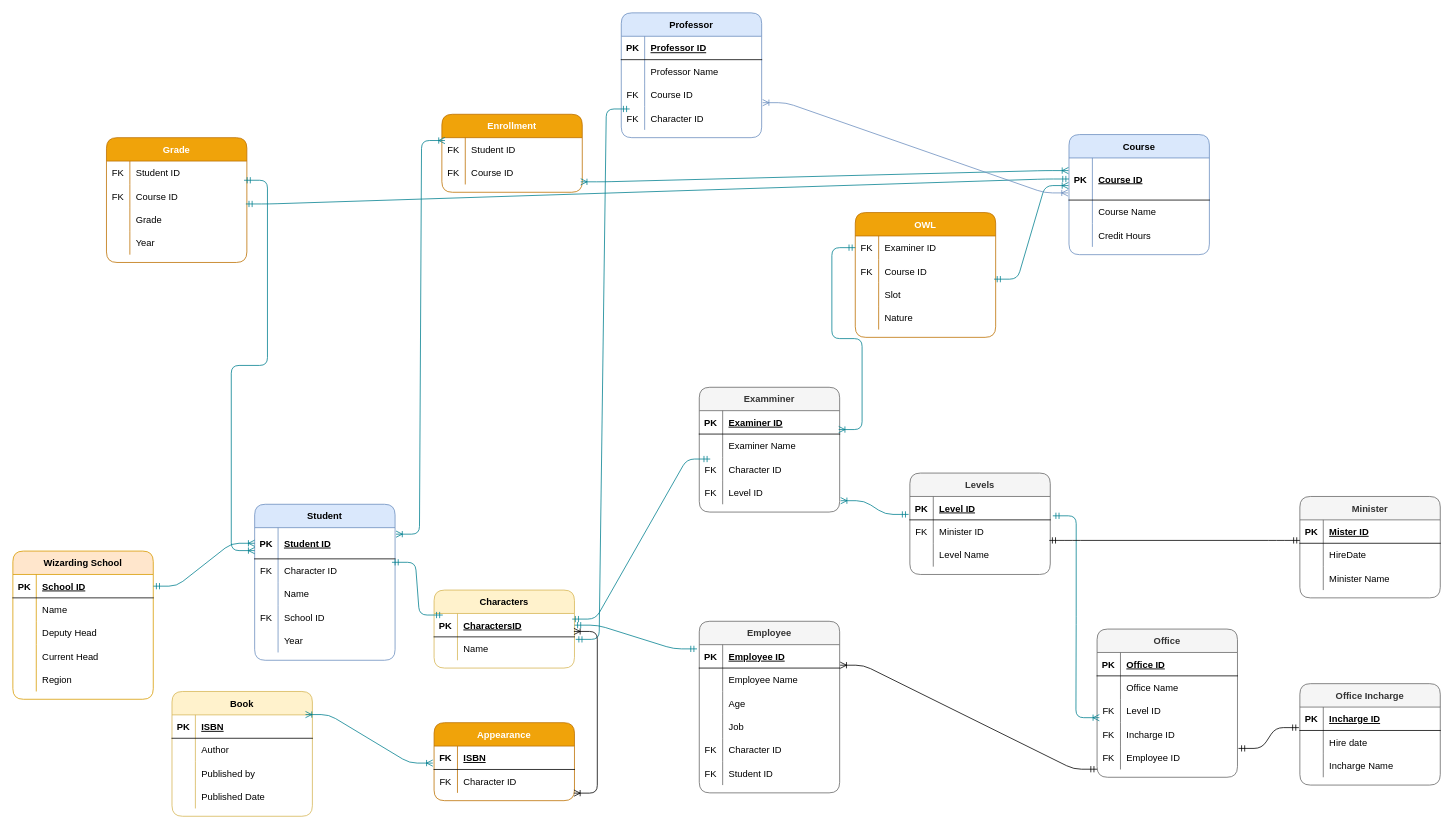
Above: LabExam-ERD.drawio in mans00rahmed/Introduction-To-Databse-Lab (draw.io), before the change. Source tidied: cells renumbered, new cells numbered last; positions are measured from the earlier drawing's top-left corner, leaving out a move shared by most shapes. Both pictures are drawn from the tidied source at 78%, with x=0, y=0 at pixel (12, 12).
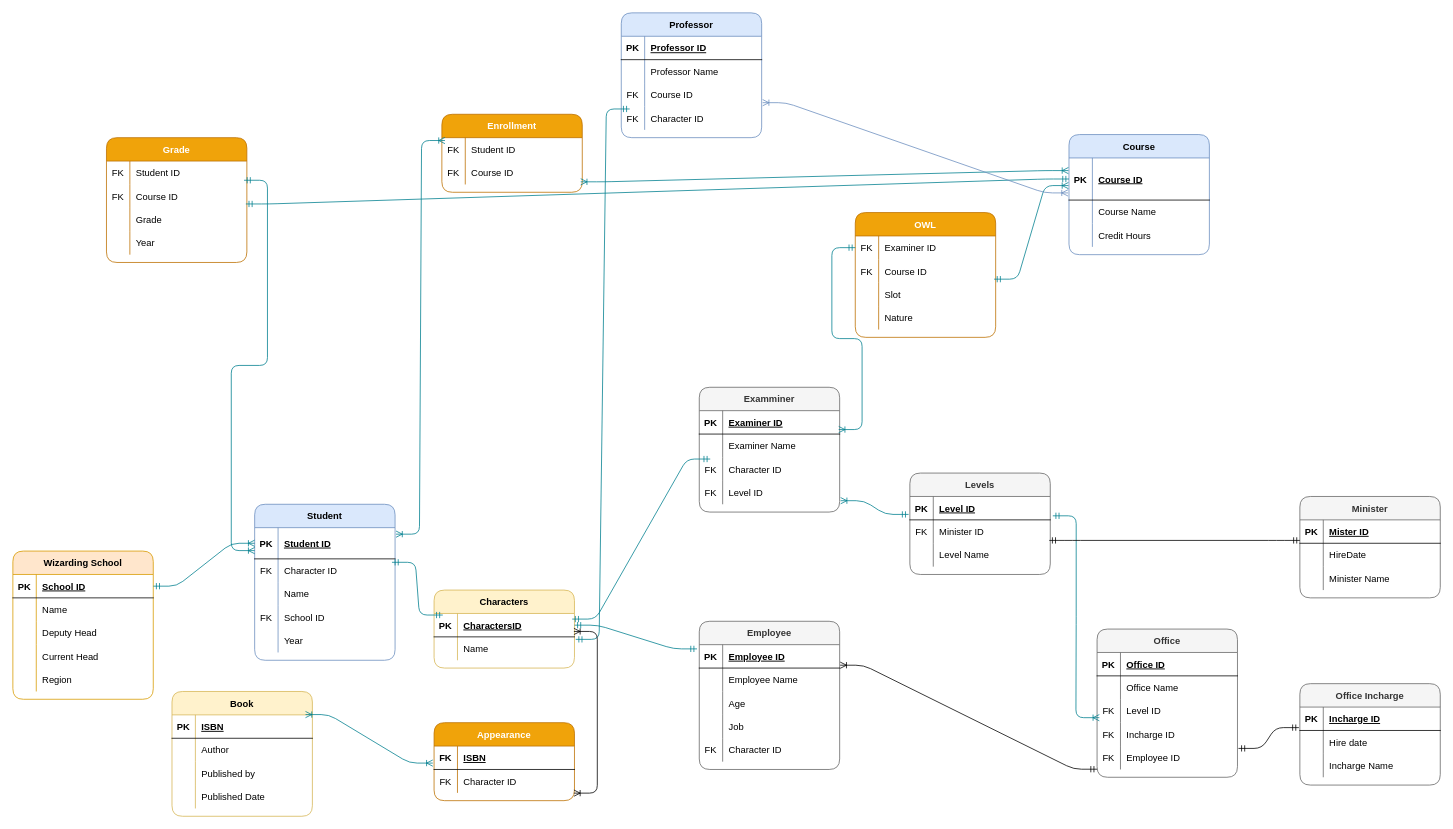
The same diagram, later.

Change to the diagram source:
```diff
@@
     <mxCell id="107" value="Employee" style="shape=table;startSize=30;childLayout=tableLayout;rowLines=0;fontStyle=1;align=center;fillColor=#f5f5f5;strokeColor=#666666;fontColor=#333333;rounded=1;" parent="1" vertex="1">
-      <mxGeometry x="880" y="780" width="180" height="220" as="geometry" />
+      <mxGeometry x="880" y="780" width="180" height="190" as="geometry" />
     </mxCell>
@@
-    <mxCell id="123" style="shape=partialRectangle;fillColor=none;top=0;left=0;bottom=0;right=0;rounded=1;" parent="107" vertex="1">
-      <mxGeometry y="180" width="180" height="30" as="geometry" />
-    </mxCell>
-    <mxCell id="124" value="FK" style="shape=partialRectangle;fillColor=none;top=0;left=0;bottom=0;right=0;fontStyle=0;overflow=hidden;rounded=1;" parent="123" vertex="1">
-      <mxGeometry width="30" height="30" as="geometry" />
-    </mxCell>
-    <mxCell id="125" value="Student ID" style="shape=partialRectangle;fillColor=none;top=0;left=0;bottom=0;right=0;align=left;spacingLeft=6;fontStyle=0;overflow=hidden;rounded=1;" parent="123" vertex="1">
-      <mxGeometry x="30" width="150" height="30" as="geometry" />
-    </mxCell>
```
